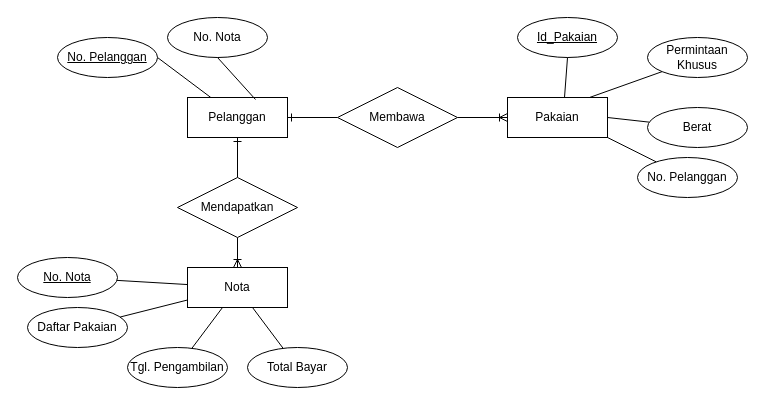
This is Laundry.drawio from Sacrit38/CPP-Ponggame, a draw.io file, before an edit. Source tidied: cells renumbered, new cells numbered last; positions are measured from the earlier drawing's top-left corner, leaving out a move shared by most shapes. Both pictures are drawn from the tidied source at 100%, with x=0, y=0 at pixel (17, 17).
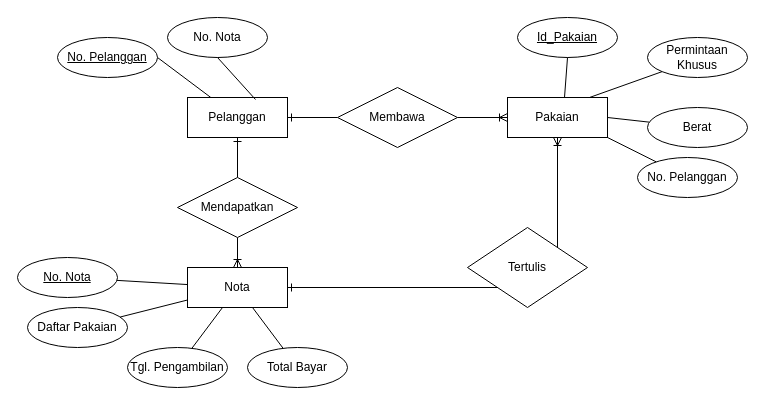
The same page after the edit.

The change refers to these unchanged cells:
```xml
<mxCell id="4" value="Pakaian" style="whiteSpace=wrap;html=1;align=center;" parent="1" vertex="1">
  <mxGeometry x="490" y="80" width="100" height="40" as="geometry" />
</mxCell>
<mxCell id="5" value="Nota" style="whiteSpace=wrap;html=1;align=center;" parent="1" vertex="1">
  <mxGeometry x="170" y="250" width="100" height="40" as="geometry" />
</mxCell>
```

Diff of the diagram source:
```diff
@@
+    <mxCell id="31" style="edgeStyle=none;rounded=0;jettySize=auto;html=1;exitX=1;exitY=0.5;exitDx=0;exitDy=0;entryX=0;entryY=1;entryDx=0;entryDy=0;endArrow=none;endFill=0;startArrow=ERone;startFill=0;" parent="1" edge="1" source="5" target="33">
+      <mxGeometry relative="1" as="geometry" />
+    </mxCell>
+    <mxCell id="32" style="edgeStyle=none;rounded=0;jettySize=auto;html=1;entryX=0.5;entryY=1;entryDx=0;entryDy=0;endArrow=ERoneToMany;endFill=0;exitX=1;exitY=0;exitDx=0;exitDy=0;" parent="1" edge="1" source="33" target="4">
+      <mxGeometry relative="1" as="geometry" />
+    </mxCell>
+    <mxCell id="33" value="Tertulis" style="shape=rhombus;perimeter=rhombusPerimeter;whiteSpace=wrap;html=1;align=center;" parent="1" vertex="1">
+      <mxGeometry x="450" y="210" width="120" height="80" as="geometry" />
+    </mxCell>
```
